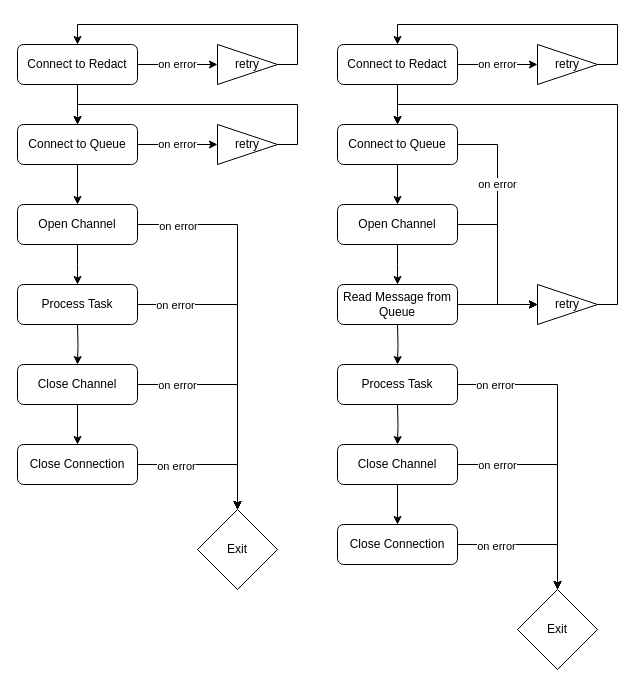
fredyeah/diagrams keeps this draw.io diagram as manager-flow.drawio. Above is the earlier version. Source tidied: cells renumbered, new cells numbered last; positions are measured from the earlier drawing's top-left corner, leaving out a move shared by most shapes. Both pictures are drawn from the tidied source at 100%, with x=0, y=0 at pixel (17, 24).
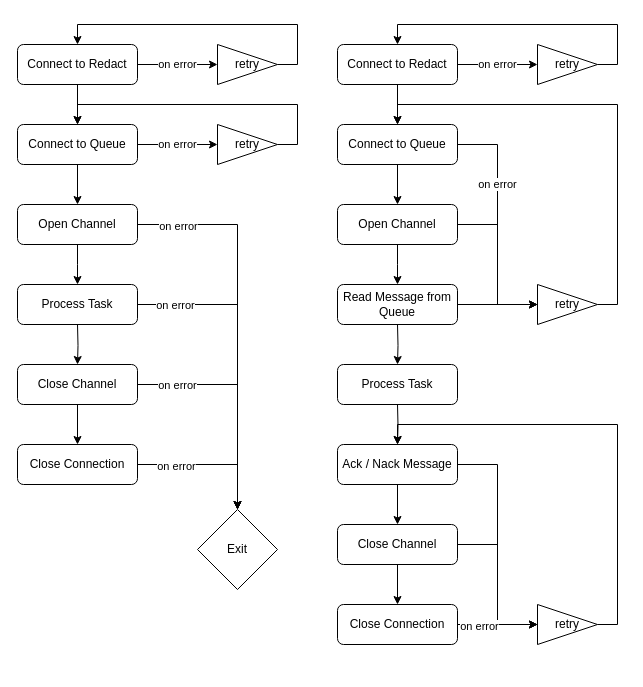
The same page after the edit.

The change refers to these unchanged cells:
```xml
<mxCell id="56" value="Process Task" style="rounded=1;whiteSpace=wrap;html=1;" parent="1" vertex="1">
  <mxGeometry x="320" y="340" width="120" height="40" as="geometry" />
</mxCell>
```

What changed in the source:
```diff
@@
     <mxCell id="12" style="edgeStyle=orthogonalEdgeStyle;rounded=0;orthogonalLoop=1;jettySize=auto;html=1;entryX=0.5;entryY=0;entryDx=0;entryDy=0;" parent="1" edge="1">
       <mxGeometry relative="1" as="geometry">
-        <mxPoint x="60" y="300" as="sourcePoint" />
+        <mxPoint x="140" y="300" as="sourcePoint" />
       </mxGeometry>
     </mxCell>
@@
-    <mxCell id="42" style="edgeStyle=orthogonalEdgeStyle;rounded=0;jettySize=auto;html=1;" parent="1" edge="1" source="44" target="49">
-      <mxGeometry relative="1" as="geometry" />
-    </mxCell>
-    <mxCell id="43" value="on error" style="edgeLabel;html=1;align=center;verticalAlign=middle;" parent="42" vertex="1">
-      <mxGeometry x="-0.65" relative="1" as="geometry" />
-    </mxCell>
+    <mxCell id="57" style="edgeStyle=orthogonalEdgeStyle;rounded=0;jettySize=auto;html=1;entryX=0;entryY=0.5;entryDx=0;entryDy=0;" parent="1" edge="1" source="44" target="64">
+      <mxGeometry relative="1" as="geometry" />
+    </mxCell>
     <mxCell id="44" value="Close Channel" style="rounded=1;whiteSpace=wrap;html=1;" parent="1" vertex="1">
-      <mxGeometry x="320" y="420" width="120" height="40" as="geometry" />
+      <mxGeometry x="320" y="500" width="120" height="40" as="geometry" />
     </mxCell>
-    <mxCell id="45" style="edgeStyle=orthogonalEdgeStyle;rounded=0;jettySize=auto;html=1;" parent="1" edge="1" source="47" target="49">
-      <mxGeometry relative="1" as="geometry" />
-    </mxCell>
-    <mxCell id="46" value="on error" style="edgeLabel;html=1;align=center;verticalAlign=middle;" parent="45" vertex="1">
-      <mxGeometry x="-0.48" y="-1" relative="1" as="geometry" />
-    </mxCell>
     <mxCell id="47" value="Close Connection" style="rounded=1;whiteSpace=wrap;html=1;" parent="1" vertex="1">
-      <mxGeometry x="320" y="500" width="120" height="40" as="geometry" />
+      <mxGeometry x="320" y="580" width="120" height="40" as="geometry" />
     </mxCell>
-    <mxCell id="48" style="edgeStyle=orthogonalEdgeStyle;rounded=0;jettySize=auto;html=1;entryX=0.5;entryY=0;entryDx=0;entryDy=0;" parent="1" edge="1" target="44">
-      <mxGeometry relative="1" as="geometry">
-        <mxPoint x="380" y="380" as="sourcePoint" />
-      </mxGeometry>
+    <mxCell id="48" style="edgeStyle=orthogonalEdgeStyle;rounded=0;jettySize=auto;html=1;entryX=0.5;entryY=0;entryDx=0;entryDy=0;" parent="1" edge="1" source="60" target="44">
+      <mxGeometry relative="1" as="geometry" />
     </mxCell>
-    <mxCell id="49" value="Exit" style="rhombus;whiteSpace=wrap;html=1;" parent="1" vertex="1">
-      <mxGeometry x="500" y="565" width="80" height="80" as="geometry" />
-    </mxCell>
@@
-    <mxCell id="54" style="edgeStyle=orthogonalEdgeStyle;rounded=0;jettySize=auto;html=1;" parent="1" edge="1" source="56" target="49">
-      <mxGeometry relative="1" as="geometry" />
-    </mxCell>
-    <mxCell id="55" value="on error" style="edgeLabel;html=1;align=center;verticalAlign=middle;" parent="54" vertex="1">
-      <mxGeometry x="-0.76" relative="1" as="geometry" />
-    </mxCell>
@@
+    <mxCell id="58" style="edgeStyle=orthogonalEdgeStyle;rounded=0;jettySize=auto;html=1;entryX=0.5;entryY=0;entryDx=0;entryDy=0;" parent="1" edge="1" target="60">
+      <mxGeometry relative="1" as="geometry">
+        <mxPoint x="380" y="380" as="sourcePoint" />
+      </mxGeometry>
+    </mxCell>
+    <mxCell id="59" style="edgeStyle=orthogonalEdgeStyle;rounded=0;jettySize=auto;html=1;entryX=0;entryY=0.5;entryDx=0;entryDy=0;" parent="1" edge="1" source="60" target="64">
+      <mxGeometry relative="1" as="geometry" />
+    </mxCell>
+    <mxCell id="60" value="Ack / Nack Message" style="rounded=1;whiteSpace=wrap;html=1;" parent="1" vertex="1">
+      <mxGeometry x="320" y="420" width="120" height="40" as="geometry" />
+    </mxCell>
+    <mxCell id="61" style="edgeStyle=orthogonalEdgeStyle;rounded=0;jettySize=auto;html=1;" parent="1" edge="1" source="47" target="64">
+      <mxGeometry relative="1" as="geometry" />
+    </mxCell>
+    <mxCell id="62" value="on error" style="edgeLabel;html=1;align=center;verticalAlign=middle;" parent="61" vertex="1">
+      <mxGeometry x="-0.48" y="-1" relative="1" as="geometry" />
+    </mxCell>
+    <mxCell id="63" style="edgeStyle=orthogonalEdgeStyle;rounded=0;jettySize=auto;html=1;entryX=0.5;entryY=0;entryDx=0;entryDy=0;" parent="1" edge="1" source="64" target="60">
+      <mxGeometry relative="1" as="geometry">
+        <Array as="points">
+          <mxPoint x="600" y="600" />
+          <mxPoint x="600" y="400" />
+          <mxPoint x="380" y="400" />
+        </Array>
+      </mxGeometry>
+    </mxCell>
+    <mxCell id="64" value="retry" style="triangle;whiteSpace=wrap;html=1;" parent="1" vertex="1">
+      <mxGeometry x="520" y="580" width="60" height="40" as="geometry" />
+    </mxCell>
```
